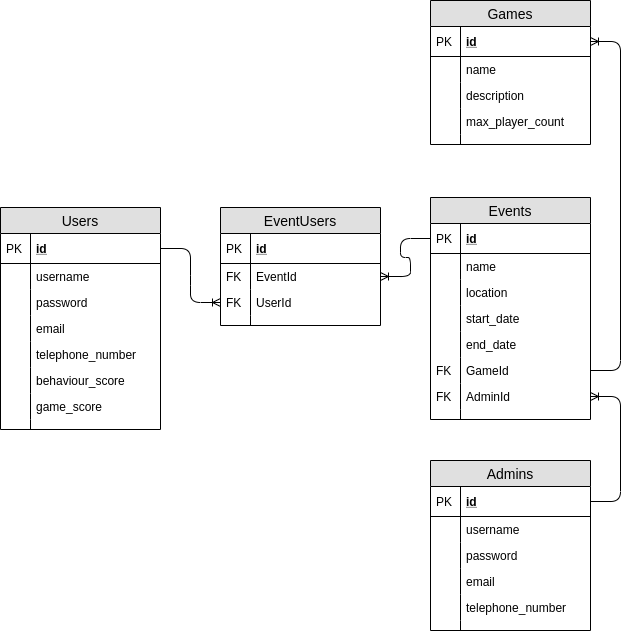
The draw.io diagram dimensional-database.png in pair-project-FA/game-night, before a commit. Source tidied: cells renumbered, new cells last; positions are measured from the earlier drawing's top-left corner, leaving out a move shared by most shapes.
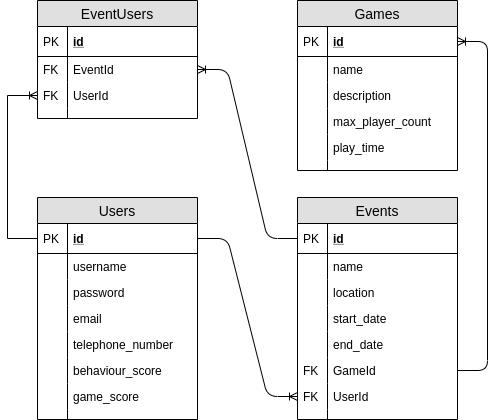
Later version of the same file.

Change to the diagram source:
```diff
@@ -3,7 +3,7 @@
     <mxCell id="0" />
     <mxCell id="1" parent="0" />
     <mxCell id="2" value="Users" style="swimlane;fontStyle=0;horizontal=1;startSize=26;fillColor=#e0e0e0;swimlaneFillColor=#ffffff;align=center;fontSize=14;" parent="1" vertex="1">
-      <mxGeometry y="207" width="160" height="222" as="geometry" />
+      <mxGeometry x="170" y="197" width="160" height="222" as="geometry" />
     </mxCell>
     <mxCell id="3" value="id" style="shape=partialRectangle;top=0;left=0;right=0;bottom=1;align=left;verticalAlign=middle;fillColor=none;spacingLeft=34;spacingRight=4;overflow=hidden;points=[[0,0.5],[1,0.5]];portConstraint=eastwest;fontStyle=5;fontSize=12;" parent="2" vertex="1">
       <mxGeometry y="26" width="160" height="30" as="geometry" />
@@ -54,7 +54,7 @@
       <mxGeometry width="30" height="10" as="geometry" />
     </mxCell>
     <mxCell id="19" value="Games" style="swimlane;fontStyle=0;horizontal=1;startSize=26;fillColor=#e0e0e0;swimlaneFillColor=#ffffff;align=center;fontSize=14;" parent="1" vertex="1">
-      <mxGeometry x="430" width="160" height="144" as="geometry" />
+      <mxGeometry x="430" width="160" height="170" as="geometry" />
     </mxCell>
     <mxCell id="20" value="id" style="shape=partialRectangle;top=0;left=0;right=0;bottom=1;align=left;verticalAlign=middle;fillColor=none;spacingLeft=34;spacingRight=4;overflow=hidden;points=[[0,0.5],[1,0.5]];portConstraint=eastwest;fontStyle=5;fontSize=12;" parent="19" vertex="1">
       <mxGeometry y="26" width="160" height="30" as="geometry" />
@@ -80,51 +80,18 @@
     <mxCell id="27" style="shape=partialRectangle;top=0;left=0;bottom=0;fillColor=none;align=left;verticalAlign=top;spacingLeft=4;spacingRight=4;overflow=hidden;fontSize=12;" parent="26" vertex="1">
       <mxGeometry width="30" height="26" as="geometry" />
     </mxCell>
+    <mxCell id="73" value="play_time" style="shape=partialRectangle;top=0;left=0;right=0;bottom=0;align=left;verticalAlign=top;fillColor=none;spacingLeft=34;spacingRight=4;overflow=hidden;fontSize=12;" parent="19" vertex="1">
+      <mxGeometry y="134" width="160" height="26" as="geometry" />
+    </mxCell>
+    <mxCell id="74" style="shape=partialRectangle;top=0;left=0;bottom=0;fillColor=none;align=left;verticalAlign=top;spacingLeft=4;spacingRight=4;overflow=hidden;fontSize=12;" parent="73" vertex="1">
+      <mxGeometry width="30" height="26" as="geometry" />
+    </mxCell>
     <mxCell id="28" style="shape=partialRectangle;top=0;left=0;right=0;bottom=0;align=left;verticalAlign=top;fillColor=none;spacingLeft=34;spacingRight=4;overflow=hidden;fontSize=12;" parent="19" vertex="1">
-      <mxGeometry y="134" width="160" height="10" as="geometry" />
+      <mxGeometry y="160" width="160" height="10" as="geometry" />
     </mxCell>
     <mxCell id="29" style="shape=partialRectangle;top=0;left=0;bottom=0;fillColor=none;align=left;verticalAlign=top;spacingLeft=4;spacingRight=4;overflow=hidden;fontSize=12;" parent="28" vertex="1">
       <mxGeometry width="30" height="10" as="geometry" />
     </mxCell>
-    <mxCell id="30" value="Admins" style="swimlane;fontStyle=0;horizontal=1;startSize=26;fillColor=#e0e0e0;swimlaneFillColor=#ffffff;align=center;fontSize=14;" parent="1" vertex="1">
-      <mxGeometry x="430" y="460" width="160" height="170" as="geometry" />
-    </mxCell>
-    <mxCell id="31" value="id" style="shape=partialRectangle;top=0;left=0;right=0;bottom=1;align=left;verticalAlign=middle;fillColor=none;spacingLeft=34;spacingRight=4;overflow=hidden;points=[[0,0.5],[1,0.5]];portConstraint=eastwest;fontStyle=5;fontSize=12;" parent="30" vertex="1">
-      <mxGeometry y="26" width="160" height="30" as="geometry" />
-    </mxCell>
-    <mxCell id="32" value="PK" style="shape=partialRectangle;top=0;left=0;bottom=0;fillColor=none;align=left;verticalAlign=middle;spacingLeft=4;spacingRight=4;overflow=hidden;fontSize=12;" parent="31" vertex="1">
-      <mxGeometry width="30" height="30" as="geometry" />
-    </mxCell>
-    <mxCell id="33" value="username" style="shape=partialRectangle;top=0;left=0;right=0;bottom=0;align=left;verticalAlign=top;fillColor=none;spacingLeft=34;spacingRight=4;overflow=hidden;fontSize=12;" parent="30" vertex="1">
-      <mxGeometry y="56" width="160" height="26" as="geometry" />
-    </mxCell>
-    <mxCell id="34" style="shape=partialRectangle;top=0;left=0;bottom=0;fillColor=none;align=left;verticalAlign=top;spacingLeft=4;spacingRight=4;overflow=hidden;fontSize=12;" parent="33" vertex="1">
-      <mxGeometry width="30" height="26" as="geometry" />
-    </mxCell>
-    <mxCell id="35" value="password&#10;" style="shape=partialRectangle;top=0;left=0;right=0;bottom=0;align=left;verticalAlign=top;fillColor=none;spacingLeft=34;spacingRight=4;overflow=hidden;fontSize=12;" parent="30" vertex="1">
-      <mxGeometry y="82" width="160" height="26" as="geometry" />
-    </mxCell>
-    <mxCell id="36" style="shape=partialRectangle;top=0;left=0;bottom=0;fillColor=none;align=left;verticalAlign=top;spacingLeft=4;spacingRight=4;overflow=hidden;fontSize=12;" parent="35" vertex="1">
-      <mxGeometry width="30" height="26" as="geometry" />
-    </mxCell>
-    <mxCell id="37" value="email" style="shape=partialRectangle;top=0;left=0;right=0;bottom=0;align=left;verticalAlign=top;fillColor=none;spacingLeft=34;spacingRight=4;overflow=hidden;fontSize=12;" parent="30" vertex="1">
-      <mxGeometry y="108" width="160" height="26" as="geometry" />
-    </mxCell>
-    <mxCell id="38" style="shape=partialRectangle;top=0;left=0;bottom=0;fillColor=none;align=left;verticalAlign=top;spacingLeft=4;spacingRight=4;overflow=hidden;fontSize=12;" parent="37" vertex="1">
-      <mxGeometry width="30" height="26" as="geometry" />
-    </mxCell>
-    <mxCell id="39" value="telephone_number" style="shape=partialRectangle;top=0;left=0;right=0;bottom=0;align=left;verticalAlign=top;fillColor=none;spacingLeft=34;spacingRight=4;overflow=hidden;fontSize=12;" parent="30" vertex="1">
-      <mxGeometry y="134" width="160" height="26" as="geometry" />
-    </mxCell>
-    <mxCell id="40" style="shape=partialRectangle;top=0;left=0;bottom=0;fillColor=none;align=left;verticalAlign=top;spacingLeft=4;spacingRight=4;overflow=hidden;fontSize=12;" parent="39" vertex="1">
-      <mxGeometry width="30" height="26" as="geometry" />
-    </mxCell>
-    <mxCell id="41" style="shape=partialRectangle;top=0;left=0;right=0;bottom=0;align=left;verticalAlign=top;fillColor=none;spacingLeft=34;spacingRight=4;overflow=hidden;fontSize=12;" parent="30" vertex="1">
-      <mxGeometry y="160" width="160" height="10" as="geometry" />
-    </mxCell>
-    <mxCell id="42" style="shape=partialRectangle;top=0;left=0;bottom=0;fillColor=none;align=left;verticalAlign=top;spacingLeft=4;spacingRight=4;overflow=hidden;fontSize=12;" parent="41" vertex="1">
-      <mxGeometry width="30" height="10" as="geometry" />
-    </mxCell>
     <mxCell id="43" value="Events" style="swimlane;fontStyle=0;horizontal=1;startSize=26;fillColor=#e0e0e0;swimlaneFillColor=#ffffff;align=center;fontSize=14;" parent="1" vertex="1">
       <mxGeometry x="430" y="197" width="160" height="222" as="geometry" />
     </mxCell>
@@ -164,7 +131,7 @@
     <mxCell id="55" value="FK" style="shape=partialRectangle;top=0;left=0;bottom=0;fillColor=none;align=left;verticalAlign=top;spacingLeft=4;spacingRight=4;overflow=hidden;fontSize=12;" parent="54" vertex="1">
       <mxGeometry width="30" height="26" as="geometry" />
     </mxCell>
-    <mxCell id="56" value="AdminId" style="shape=partialRectangle;top=0;left=0;right=0;bottom=0;align=left;verticalAlign=top;fillColor=none;spacingLeft=34;spacingRight=4;overflow=hidden;points=[[0,0.5],[1,0.5]];portConstraint=eastwest;fontSize=12;" parent="43" vertex="1">
+    <mxCell id="56" value="UserId" style="shape=partialRectangle;top=0;left=0;right=0;bottom=0;align=left;verticalAlign=top;fillColor=none;spacingLeft=34;spacingRight=4;overflow=hidden;points=[[0,0.5],[1,0.5]];portConstraint=eastwest;fontSize=12;" parent="43" vertex="1">
       <mxGeometry y="186" width="160" height="26" as="geometry" />
     </mxCell>
     <mxCell id="57" value="FK" style="shape=partialRectangle;top=0;left=0;bottom=0;fillColor=none;align=left;verticalAlign=top;spacingLeft=4;spacingRight=4;overflow=hidden;fontSize=12;" parent="56" vertex="1">
@@ -177,7 +144,7 @@
       <mxGeometry width="30" height="10" as="geometry" />
     </mxCell>
     <mxCell id="60" value="EventUsers" style="swimlane;fontStyle=0;horizontal=1;startSize=26;fillColor=#e0e0e0;swimlaneFillColor=#ffffff;align=center;fontSize=14;" parent="1" vertex="1">
-      <mxGeometry x="220" y="207" width="160" height="118" as="geometry" />
+      <mxGeometry x="170" width="160" height="118" as="geometry" />
     </mxCell>
     <mxCell id="61" value="id" style="shape=partialRectangle;top=0;left=0;right=0;bottom=1;align=left;verticalAlign=middle;fillColor=none;spacingLeft=34;spacingRight=4;overflow=hidden;fontStyle=5;fontSize=12;" parent="60" vertex="1">
       <mxGeometry y="26" width="160" height="30" as="geometry" />
@@ -203,17 +170,22 @@
     <mxCell id="68" style="shape=partialRectangle;top=0;left=0;bottom=0;fillColor=none;align=left;verticalAlign=top;spacingLeft=4;spacingRight=4;overflow=hidden;fontSize=12;" parent="67" vertex="1">
       <mxGeometry width="30" height="10" as="geometry" />
     </mxCell>
+    <mxCell id="70" style="edgeStyle=entityRelationEdgeStyle;fontSize=12;html=1;endArrow=ERoneToMany;" parent="1" edge="1" source="44" target="63">
+      <mxGeometry relative="1" as="geometry" />
+    </mxCell>
+    <mxCell id="72" style="edgeStyle=entityRelationEdgeStyle;fontSize=12;html=1;endArrow=ERoneToMany;exitX=1;exitY=0.5;exitDx=0;exitDy=0;" parent="1" edge="1" source="54" target="20">
+      <mxGeometry relative="1" as="geometry" />
+    </mxCell>
+    <mxCell id="75" style="edgeStyle=entityRelationEdgeStyle;fontSize=12;html=1;endArrow=ERoneToMany;" parent="1" edge="1" source="3" target="56">
+      <mxGeometry relative="1" as="geometry" />
+    </mxCell>
-    <mxCell id="69" style="edgeStyle=entityRelationEdgeStyle;fontSize=12;html=1;endArrow=ERoneToMany;" parent="1" edge="1" source="3" target="65">
-      <mxGeometry relative="1" as="geometry" />
+    <mxCell id="69" style="edgeStyle=orthogonalEdgeStyle;rounded=0;jettySize=auto;html=1;entryX=0;entryY=0.5;entryDx=0;entryDy=0;endArrow=ERoneToMany;endFill=0;" parent="1" edge="1" source="3" target="65">
+      <mxGeometry relative="1" as="geometry">
+        <Array as="points">
+          <mxPoint x="140" y="238" />
+          <mxPoint x="140" y="95" />
+        </Array>
+      </mxGeometry>
     </mxCell>
-    <mxCell id="70" style="edgeStyle=entityRelationEdgeStyle;fontSize=12;html=1;endArrow=ERoneToMany;" parent="1" edge="1" source="44" target="63">
-      <mxGeometry relative="1" as="geometry" />
-    </mxCell>
-    <mxCell id="71" style="edgeStyle=entityRelationEdgeStyle;fontSize=12;html=1;endArrow=ERoneToMany;" parent="1" edge="1" source="31" target="56">
-      <mxGeometry relative="1" as="geometry" />
-    </mxCell>
-    <mxCell id="72" style="edgeStyle=entityRelationEdgeStyle;fontSize=12;html=1;endArrow=ERoneToMany;exitX=1;exitY=0.5;exitDx=0;exitDy=0;" parent="1" edge="1" source="54" target="20">
-      <mxGeometry relative="1" as="geometry" />
-    </mxCell>
   </root>
 </mxGraphModel>
```
